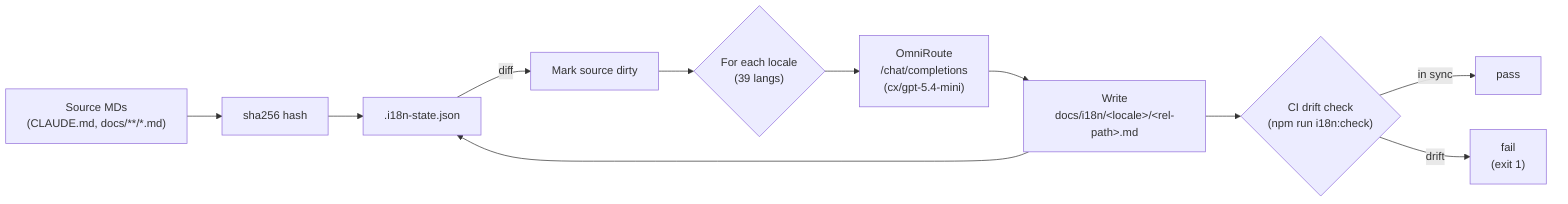
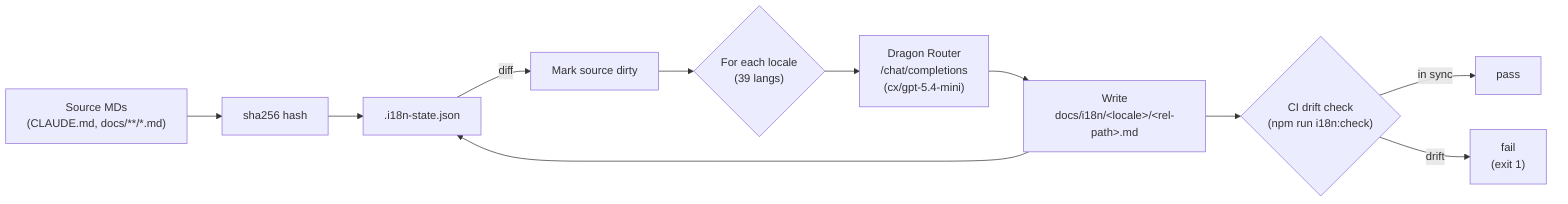
%% Incremental hash-based i18n pipeline
%% Reflects: scripts/i18n/* and docs/i18n/<locale>/*.md mirror layout
%% v3.8.0
flowchart LR
  Src["Source MDs<br/>(CLAUDE.md, docs/**/*.md)"] --> Hash["sha256 hash"]
  Hash --> State[".i18n-state.json"]
  State -->|diff| Dirty["Mark source dirty"]
  Dirty --> Loop{"For each locale<br/>(39 langs)"}
-   Loop --> LLM["OmniRoute<br/>/chat/completions<br/>(cx/gpt-5.4-mini)"]
+   Loop --> LLM["Dragon Router<br/>/chat/completions<br/>(cx/gpt-5.4-mini)"]
  LLM --> Target["Write<br/>docs/i18n/&lt;locale&gt;/&lt;rel-path&gt;.md"]
  Target --> State
  Target --> CI{"CI drift check<br/>(npm run i18n:check)"}
  CI -->|in sync| Pass["pass"]
  CI -->|drift| Fail["fail<br/>(exit 1)"]
